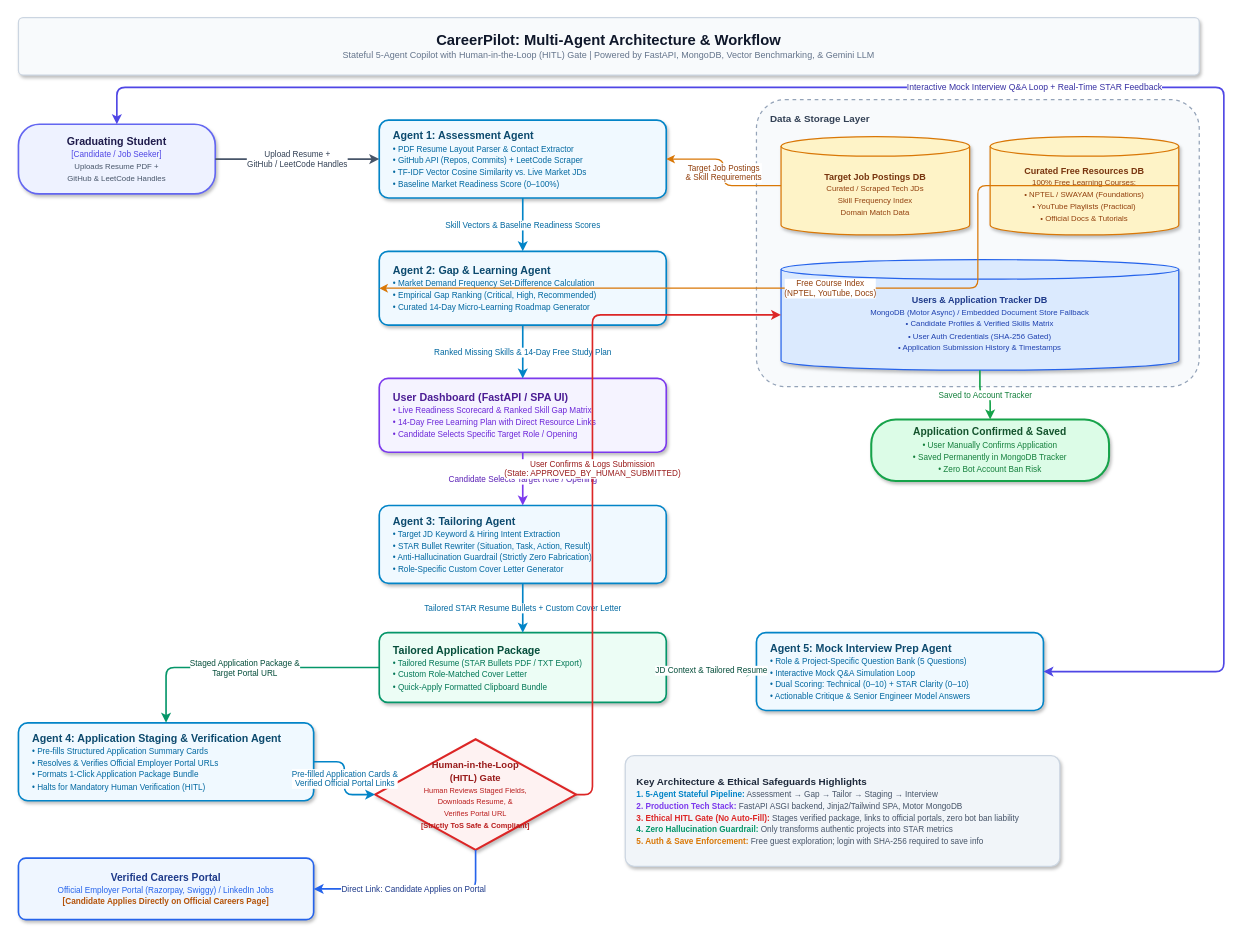
Earlier version of the draw.io diagram careerpilot_architecture.drawio (anvitha-45/careerpilot). Source tidied: cells renumbered, new cells numbered last; positions are measured from the earlier drawing's top-left corner, leaving out a move shared by most shapes. Both pictures are drawn from the tidied source at 82%, with x=0, y=0 at pixel (18, 17).
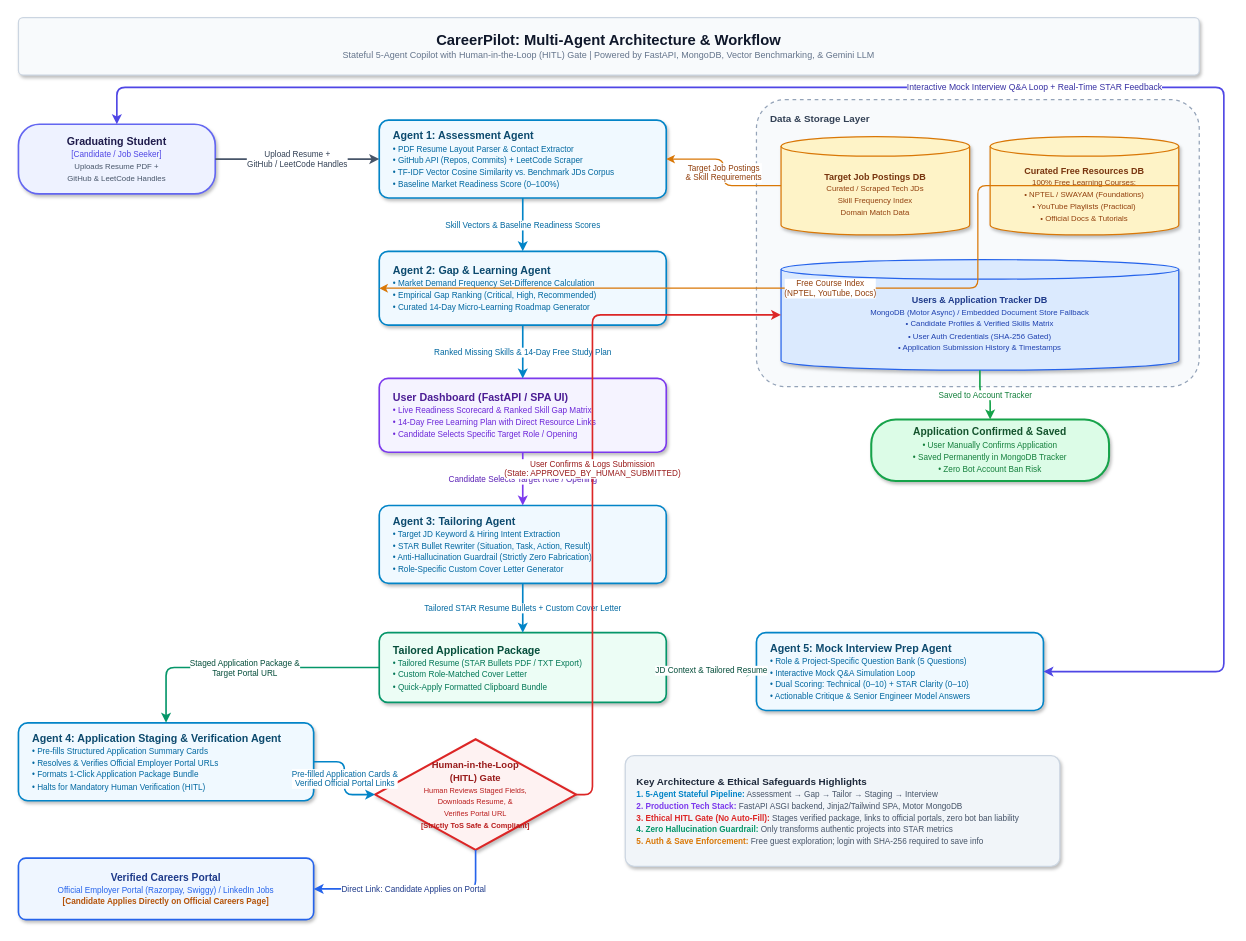
Above is the later version.

Commit message (it also covers changes not shown here):
docs: align PRD, System Design, and Draw.io architecture with curated benchmark JD corpus and verified portal linking

The edit, as a diff of the source:
```diff
@@
-    <mxCell id="8" value="&lt;b style='font-size:13px;color:#0C4A6E;'&gt;Agent 1: Assessment Agent&lt;/b&gt;&lt;br&gt;&lt;span style='font-size:10px;color:#0369A1;'&gt;&amp;bull; PDF Resume Layout Parser &amp;amp; Contact Extractor&lt;br&gt;&amp;bull; GitHub API (Repos, Commits) + LeetCode Scraper&lt;br&gt;&amp;bull; TF-IDF Vector Cosine Similarity vs. Live Market JDs&lt;br&gt;&amp;bull; Baseline Market Readiness Score (0–100%)&lt;/span&gt;" style="rounded=1;whiteSpace=wrap;html=1;arcSize=12;fillColor=#F0F9FF;strokeColor=#0284C7;strokeWidth=2;align=left;verticalAlign=middle;spacingLeft=15;shadow=1;" parent="1" vertex="1">
+    <mxCell id="8" value="&lt;b style='font-size:13px;color:#0C4A6E;'&gt;Agent 1: Assessment Agent&lt;/b&gt;&lt;br&gt;&lt;span style='font-size:10px;color:#0369A1;'&gt;&amp;bull; PDF Resume Layout Parser &amp;amp; Contact Extractor&lt;br&gt;&amp;bull; GitHub API (Repos, Commits) + LeetCode Scraper&lt;br&gt;&amp;bull; TF-IDF Vector Cosine Similarity vs. Benchmark JDs Corpus&lt;br&gt;&amp;bull; Baseline Market Readiness Score (0–100%)&lt;/span&gt;" style="rounded=1;whiteSpace=wrap;html=1;arcSize=12;fillColor=#F0F9FF;strokeColor=#0284C7;strokeWidth=2;align=left;verticalAlign=middle;spacingLeft=15;shadow=1;" parent="1" vertex="1">
       <mxGeometry x="440" y="125" width="350" height="95" as="geometry" />
     </mxCell>
```
